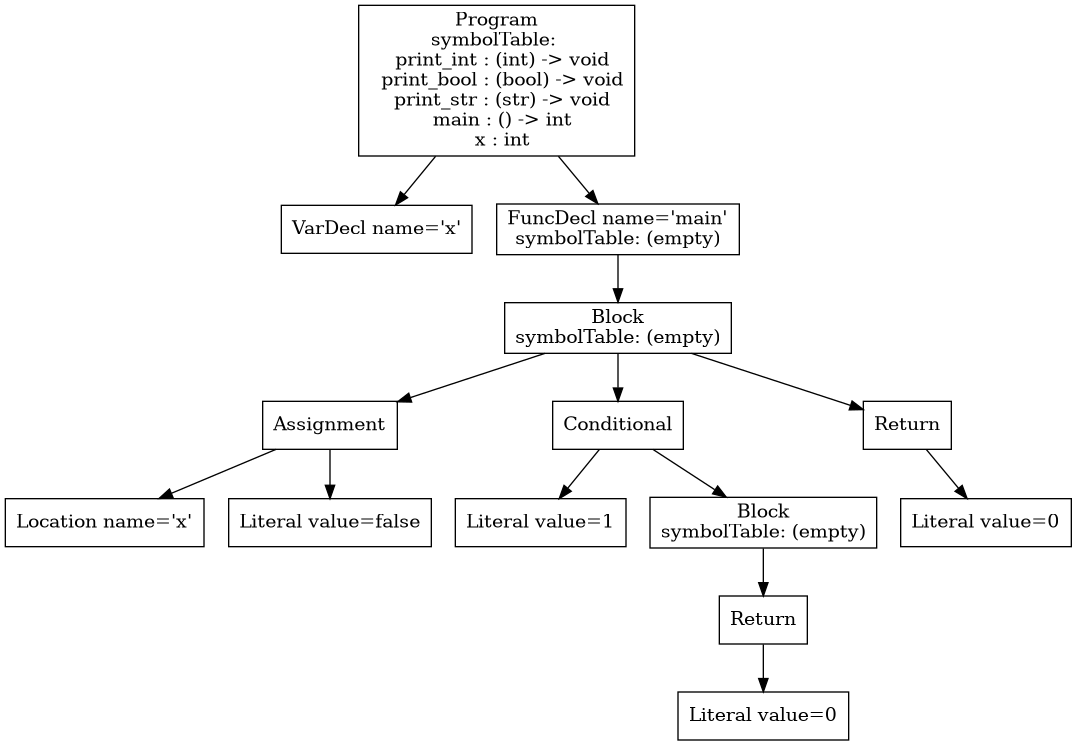
Before: p3-analysis/tree.png, a diagram exported from Graphviz (atrim11/CS432). Its source is kept beside it as p3-analysis/tree.dot.
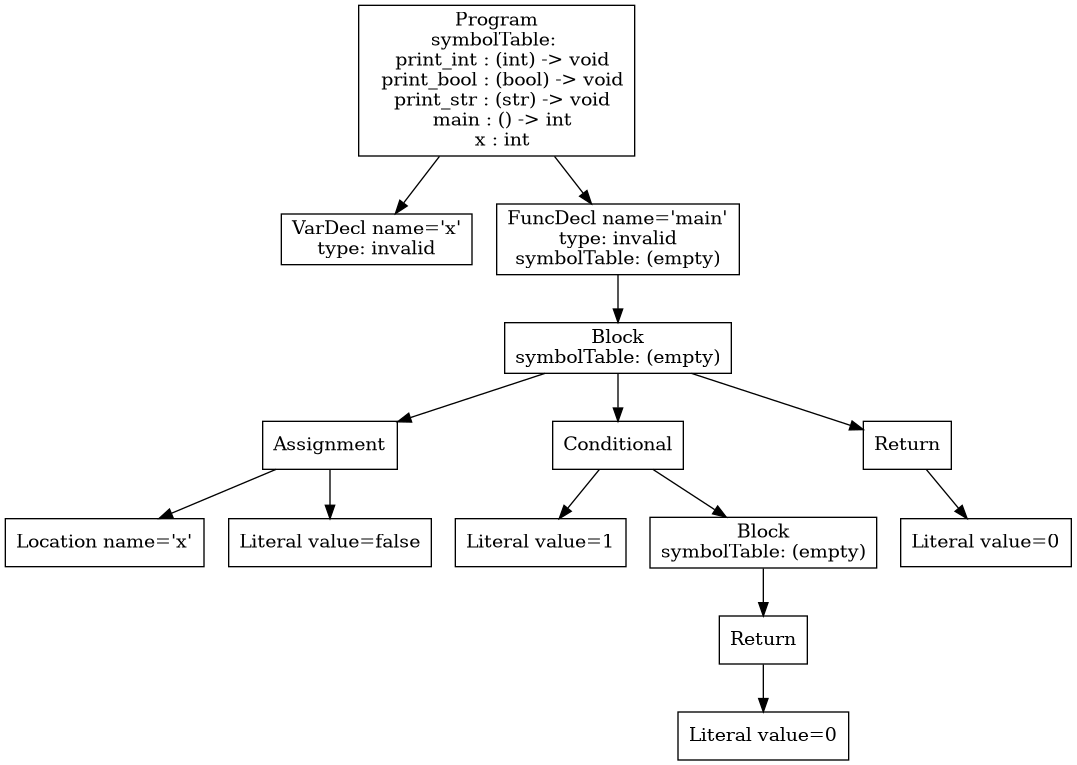
After the change.

Diff of the diagram source:
```diff
@@ -1,5 +1,5 @@
 digraph AST {
-1 [shape=box, label="VarDecl name='x'"];
+1 [shape=box, label="VarDecl name='x'\ntype: invalid"];
 5 [shape=box, label="Location name='x'"];
 6 [shape=box, label="Literal value=false"];
 4 [shape=box, label="Assignment"];
@@ -21,7 +21,7 @@
 3 -> 4;
 3 -> 7;
 3 -> 12;
-2 [shape=box, label="FuncDecl name='main'\nsymbolTable: (empty)"];
+2 [shape=box, label="FuncDecl name='main'\ntype: invalid\nsymbolTable: (empty)"];
 2 -> 3;
 0 [shape=box, label="Program\nsymbolTable: \n  print_int : (int) -> void\n  print_bool : (bool) -> void\n  print_str : (str) -> void\n  main : () -> int\n  x : int"];
 0 -> 1;
```
